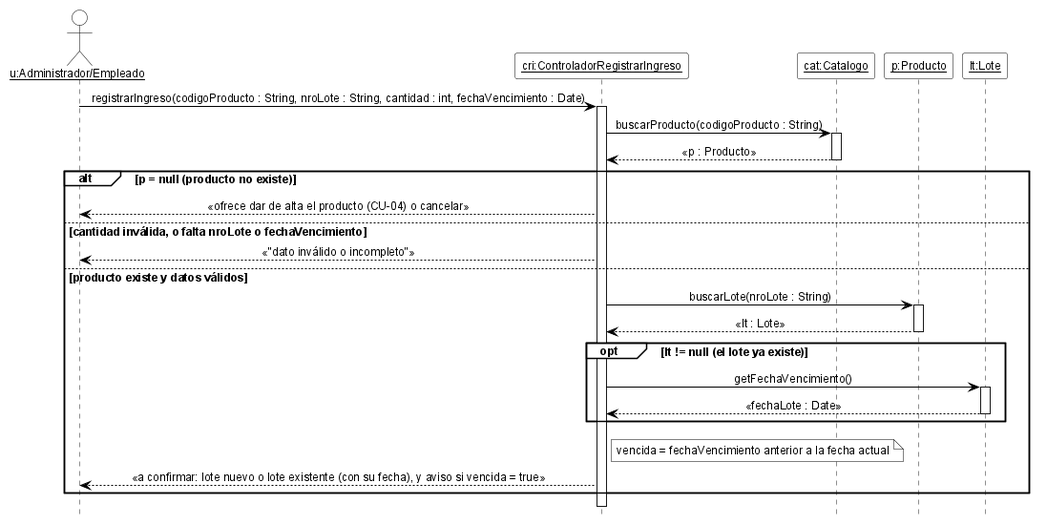
Above: 08-Diagrama De Secuencia/DSD_CU-05_registrarIngreso.png in cirotop/Stock-Project (PlantUML), before the change.
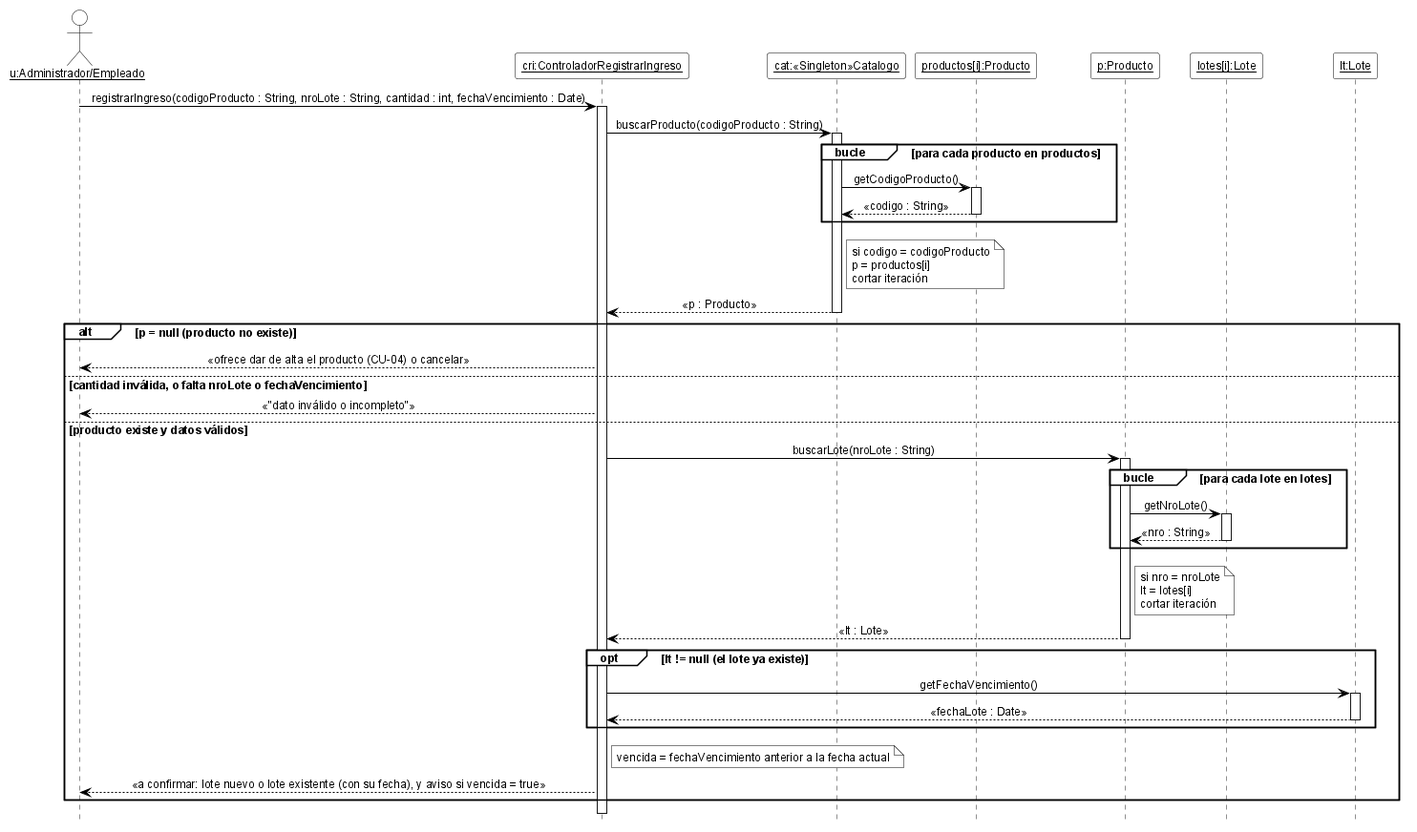
The same diagram one commit later.

The edit, as a diff of the source:
```diff
@@ -7,6 +7,8 @@
 skinparam ArrowColor black
 skinparam ParticipantBackgroundColor white
 skinparam ParticipantBorderColor black
+skinparam CollectionsBackgroundColor white
+skinparam CollectionsBorderColor black
 skinparam ActorBackgroundColor white
 skinparam ActorBorderColor black
 skinparam LifeLineBorderColor black
@@ -19,12 +21,23 @@
 
 actor "<u>u:Administrador/Empleado</u>" as u
 participant "<u>cri:ControladorRegistrarIngreso</u>" as cri
-participant "<u>cat:Catalogo</u>" as cat
+participant "<u>cat:«Singleton»Catalogo</u>" as cat
+participant "<u>productos[i]:Producto</u>" as pi
 participant "<u>p:Producto</u>" as p
+participant "<u>lotes[i]:Lote</u>" as li
 participant "<u>lt:Lote</u>" as lt
 
 u -> cri ++ : registrarIngreso(codigoProducto : String, nroLote : String, cantidad : int, fechaVencimiento : Date)
 cri -> cat ++ : buscarProducto(codigoProducto : String)
+group bucle [para cada producto en productos]
+  cat -> pi ++ : getCodigoProducto()
+  pi --> cat -- : «codigo : String»
+end
+note right of cat
+  si codigo = codigoProducto
+  p = productos[i]
+  cortar iteración
+end note
 cat --> cri -- : «p : Producto»
 alt p = null (producto no existe)
   cri --> u : «ofrece dar de alta el producto (CU-04) o cancelar»
@@ -32,6 +45,15 @@
   cri --> u : «"dato inválido o incompleto"»
 else producto existe y datos válidos
   cri -> p ++ : buscarLote(nroLote : String)
+  group bucle [para cada lote en lotes]
+    p -> li ++ : getNroLote()
+    li --> p -- : «nro : String»
+  end
+  note right of p
+    si nro = nroLote
+    lt = lotes[i]
+    cortar iteración
+  end note
   p --> cri -- : «lt : Lote»
   opt lt != null (el lote ya existe)
     cri -> lt ++ : getFechaVencimiento()
```
